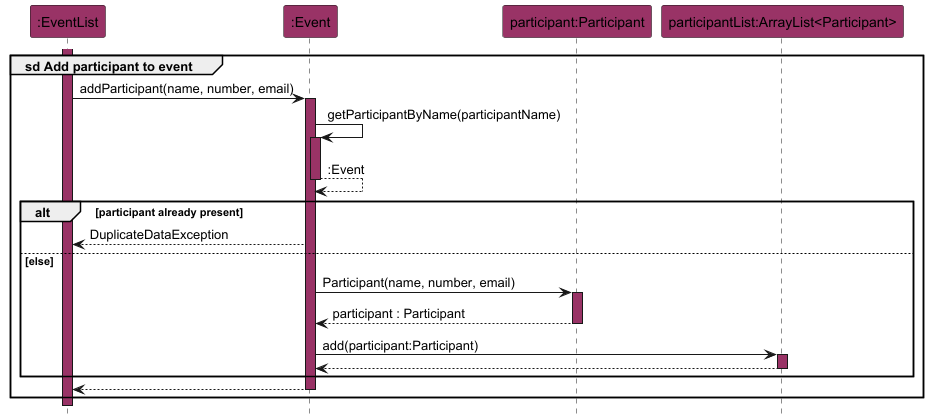
Before: docs/images/AddParticipantEventSequenceDiagram.png, a diagram exported from PlantUML (nus-cs2113-AY2425S1/tp). The source it was exported from:
```plantuml
@startuml
!include style.puml
hide footbox

participant ":EventList" as eventList EVENT_COLOUR
participant ":Event" as event EVENT_COLOUR
participant "participant:Participant" as participant EVENT_COLOUR
participant "participantList:ArrayList<Participant>" as participantList EVENT_COLOUR

group sd Add participant to event
    activate eventList EVENT_COLOUR

    eventList -> event : addParticipant(name, number, email)
    activate event EVENT_COLOUR

    event -> event : getParticipantByName(participantName)
    activate event EVENT_COLOUR
    return :Event

    alt participant already present
        event --> eventList:DuplicateDataException
    else else
        event -> participant : Participant(name, number, email)
        activate participant EVENT_COLOUR
        return participant : Participant

        event -> participantList : add(participant:Participant)
        activate participantList EVENT_COLOUR
        return
    end

    return
end
@enduml
```
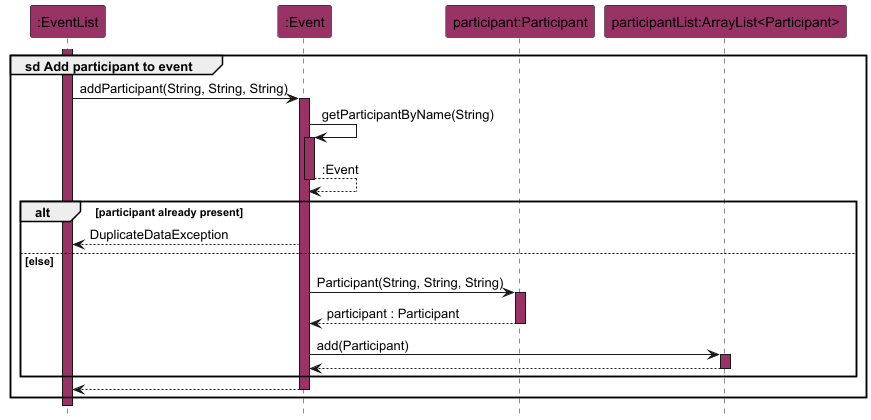
The same diagram one commit later.

The edit, as a diff of the source:
```diff
@@ -10,21 +10,21 @@
 group sd Add participant to event
     activate eventList EVENT_COLOUR
 
-    eventList -> event : addParticipant(name, number, email)
+    eventList -> event : addParticipant(String, String, String)
     activate event EVENT_COLOUR
 
-    event -> event : getParticipantByName(participantName)
+    event -> event : getParticipantByName(String)
     activate event EVENT_COLOUR
     return :Event
 
     alt participant already present
         event --> eventList:DuplicateDataException
     else else
-        event -> participant : Participant(name, number, email)
+        event -> participant : Participant(String, String, String)
         activate participant EVENT_COLOUR
         return participant : Participant
 
-        event -> participantList : add(participant:Participant)
+        event -> participantList : add(Participant)
         activate participantList EVENT_COLOUR
         return
     end
```
